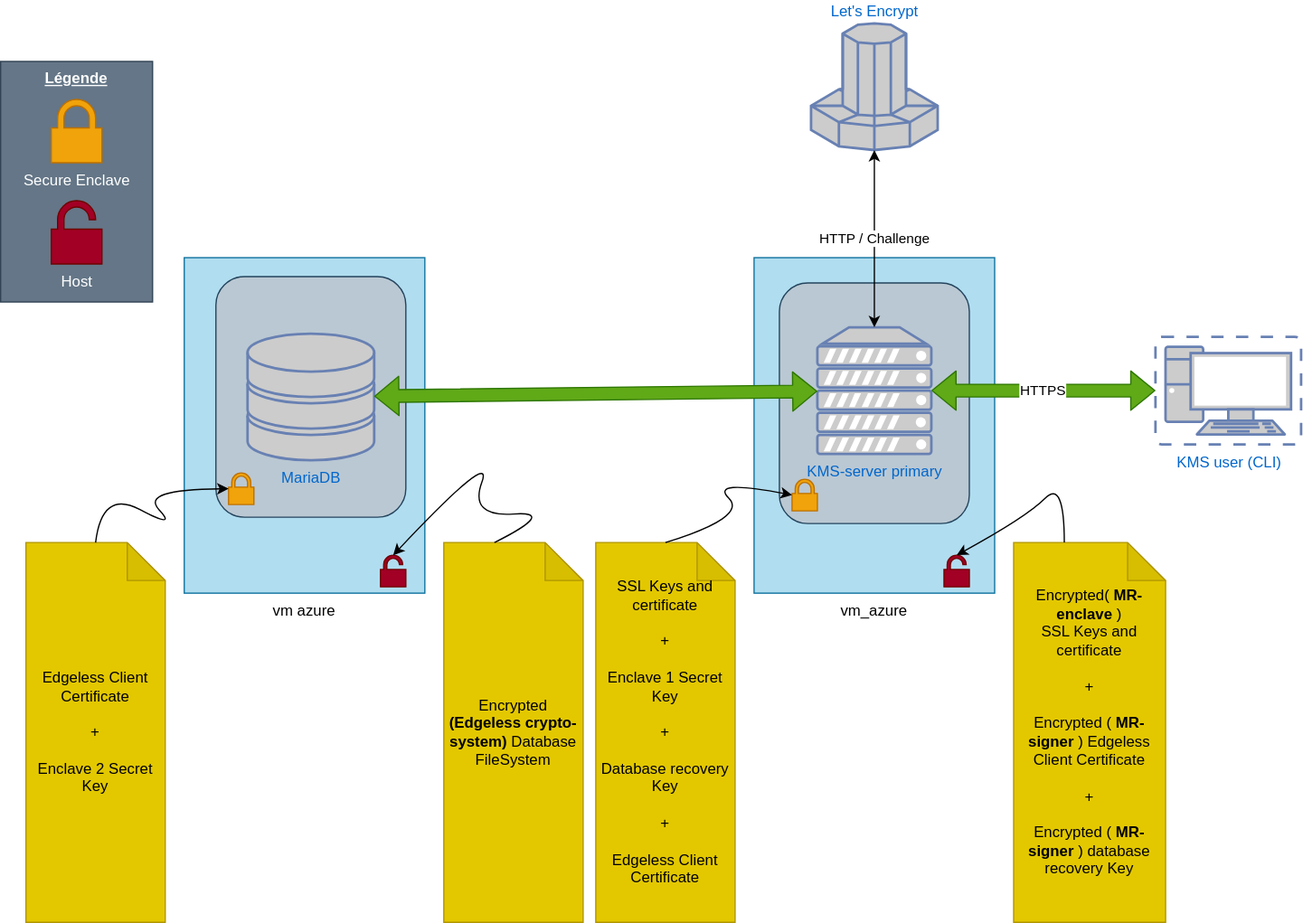
The draw.io diagram crate/server/resources/production.drawio.svg in Cosmian/kms, before a commit. Source tidied: cells renumbered, new cells last; positions are measured from the earlier drawing's top-left corner, leaving out a move shared by most shapes.
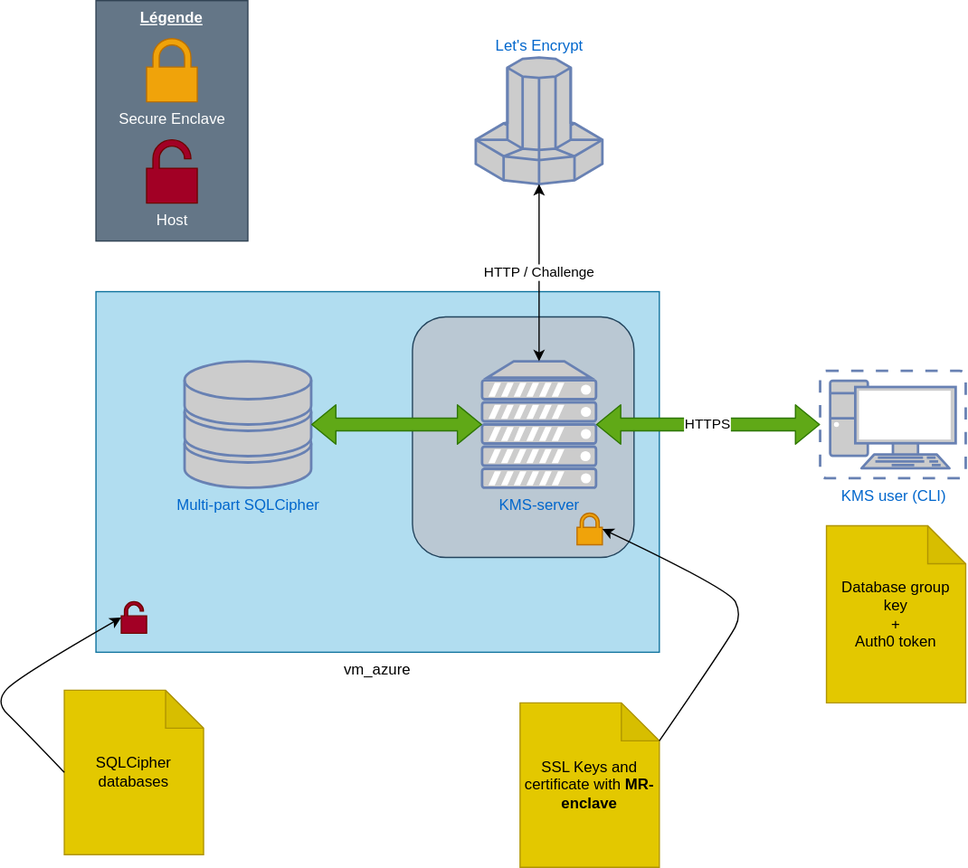
Above is the later version.

Commit message:
:memo: update kms server readme

What changed in the source:
```diff
@@ -3,34 +3,25 @@
     <mxCell id="0" />
     <mxCell id="1" parent="0" />
     <mxCell id="2" value="vm_azure" style="rounded=0;whiteSpace=wrap;html=1;verticalAlign=top;labelPosition=center;verticalLabelPosition=bottom;align=center;fillColor=#b1ddf0;strokeColor=#10739e;" parent="1" vertex="1">
-      <mxGeometry x="595" y="185" width="190" height="265" as="geometry" />
+      <mxGeometry x="340" y="185" width="445" height="285" as="geometry" />
     </mxCell>
     <mxCell id="3" style="rounded=1;whiteSpace=wrap;html=1;fillColor=#bac8d3;strokeColor=#23445d;" parent="1" vertex="1">
-      <mxGeometry x="615" y="205" width="150" height="190" as="geometry" />
+      <mxGeometry x="590" y="205" width="175" height="190" as="geometry" />
     </mxCell>
-    <mxCell id="4" value="vm azure" style="rounded=0;whiteSpace=wrap;html=1;verticalAlign=top;labelPosition=center;verticalLabelPosition=bottom;align=center;fillColor=#b1ddf0;strokeColor=#10739e;" parent="1" vertex="1">
-      <mxGeometry x="145" y="185" width="190" height="265" as="geometry" />
-    </mxCell>
-    <mxCell id="5" style="rounded=1;whiteSpace=wrap;html=1;fillColor=#bac8d3;strokeColor=#23445d;" parent="1" vertex="1">
-      <mxGeometry x="170" y="200" width="150" height="190" as="geometry" />
-    </mxCell>
     <mxCell id="6" value="&lt;b&gt;&lt;u&gt;Légende&lt;/u&gt;&lt;/b&gt;" style="rounded=0;whiteSpace=wrap;html=1;verticalAlign=top;fillColor=#647687;fontColor=#ffffff;strokeColor=#314354;" parent="1" vertex="1">
-      <mxGeometry y="30" width="120" height="190" as="geometry" />
+      <mxGeometry x="340" y="-45" width="120" height="190" as="geometry" />
     </mxCell>
-    <mxCell id="7" style="fontColor=#000000;verticalAlign=top;verticalLabelPosition=bottom;labelPosition=center;align=center;html=1;outlineConnect=0;fillColor=#f0a30a;strokeColor=#BD7000;gradientDirection=north;strokeWidth=2;shape=mxgraph.networks.secured;" parent="1" vertex="1">
-      <mxGeometry x="180" y="355" width="20" height="25" as="geometry" />
-    </mxCell>
-    <mxCell id="8" value="MariaDB" style="fontColor=#0066CC;verticalAlign=top;verticalLabelPosition=bottom;labelPosition=center;align=center;html=1;outlineConnect=0;fillColor=#CCCCCC;strokeColor=#6881B3;gradientColor=none;gradientDirection=north;strokeWidth=2;shape=mxgraph.networks.storage;" parent="1" vertex="1">
-      <mxGeometry x="195" y="245" width="100" height="100" as="geometry" />
+    <mxCell id="8" value="Multi-part SQLCipher" style="fontColor=#0066CC;verticalAlign=top;verticalLabelPosition=bottom;labelPosition=center;align=center;html=1;outlineConnect=0;fillColor=#CCCCCC;strokeColor=#6881B3;gradientColor=none;gradientDirection=north;strokeWidth=2;shape=mxgraph.networks.storage;" parent="1" vertex="1">
+      <mxGeometry x="410" y="240" width="100" height="100" as="geometry" />
     </mxCell>
     <mxCell id="9" value="KMS user (CLI)" style="fontColor=#0066CC;verticalAlign=top;verticalLabelPosition=bottom;labelPosition=center;align=center;html=1;outlineConnect=0;fillColor=#CCCCCC;strokeColor=#6881B3;gradientColor=none;gradientDirection=north;strokeWidth=2;shape=mxgraph.networks.virtual_pc;" parent="1" vertex="1">
       <mxGeometry x="912" y="247.5" width="115" height="85" as="geometry" />
     </mxCell>
-    <mxCell id="10" value="KMS-server primary" style="fontColor=#0066CC;verticalAlign=top;verticalLabelPosition=bottom;labelPosition=center;align=center;html=1;outlineConnect=0;fillColor=#CCCCCC;strokeColor=#6881B3;gradientColor=none;gradientDirection=north;strokeWidth=2;shape=mxgraph.networks.server;" parent="1" vertex="1">
+    <mxCell id="10" value="KMS-server&amp;nbsp;" style="fontColor=#0066CC;verticalAlign=top;verticalLabelPosition=bottom;labelPosition=center;align=center;html=1;outlineConnect=0;fillColor=#CCCCCC;strokeColor=#6881B3;gradientColor=none;gradientDirection=north;strokeWidth=2;shape=mxgraph.networks.server;" parent="1" vertex="1">
       <mxGeometry x="645" y="240" width="90" height="100" as="geometry" />
     </mxCell>
     <mxCell id="11" value="Secure Enclave" style="fontColor=#FFFFFF;verticalAlign=top;verticalLabelPosition=bottom;labelPosition=center;align=center;html=1;fillColor=#f0a30a;strokeColor=#BD7000;gradientDirection=north;strokeWidth=2;shape=mxgraph.networks.secured;" parent="1" vertex="1">
-      <mxGeometry x="40" y="60" width="40" height="50" as="geometry" />
+      <mxGeometry x="380" y="-15" width="40" height="50" as="geometry" />
     </mxCell>
     <mxCell id="12" value="HTTPS" style="shape=flexArrow;endArrow=classic;startArrow=classic;html=1;entryX=1;entryY=0.5;entryDx=0;entryDy=0;entryPerimeter=0;fillColor=#60a917;strokeColor=#2D7600;" parent="1" edge="1" source="9" target="10">
       <mxGeometry relative="1" as="geometry" />
@@ -39,7 +30,7 @@
       <mxGeometry relative="1" as="geometry" />
     </mxCell>
     <mxCell id="14" style="fontColor=#000000;verticalAlign=top;verticalLabelPosition=bottom;labelPosition=center;align=center;html=1;outlineConnect=0;fillColor=#f0a30a;strokeColor=#BD7000;gradientDirection=north;strokeWidth=2;shape=mxgraph.networks.secured;" parent="1" vertex="1">
-      <mxGeometry x="625" y="360" width="20" height="25" as="geometry" />
+      <mxGeometry x="720" y="360" width="20" height="25" as="geometry" />
     </mxCell>
     <mxCell id="15" value="Let's Encrypt" style="fontColor=#0066CC;verticalAlign=bottom;verticalLabelPosition=top;labelPosition=center;align=center;html=1;outlineConnect=0;fillColor=#CCCCCC;strokeColor=#6881B3;gradientColor=none;gradientDirection=north;strokeWidth=2;shape=mxgraph.networks.supercomputer;" parent="1" vertex="1">
       <mxGeometry x="640" width="100" height="100" as="geometry" />
@@ -48,59 +39,37 @@
       <mxGeometry relative="1" as="geometry" />
     </mxCell>
     <mxCell id="17" style="fontColor=#ffffff;verticalAlign=top;verticalLabelPosition=bottom;labelPosition=center;align=center;html=1;outlineConnect=0;fillColor=#a20025;strokeColor=#6F0000;gradientDirection=north;strokeWidth=2;shape=mxgraph.networks.unsecure;" parent="1" vertex="1">
-      <mxGeometry x="745" y="420" width="20" height="25" as="geometry" />
+      <mxGeometry x="360" y="430" width="20" height="25" as="geometry" />
     </mxCell>
-    <mxCell id="18" style="fontColor=#ffffff;verticalAlign=top;verticalLabelPosition=bottom;labelPosition=center;align=center;html=1;outlineConnect=0;fillColor=#a20025;strokeColor=#6F0000;gradientDirection=north;strokeWidth=2;shape=mxgraph.networks.unsecure;" parent="1" vertex="1">
-      <mxGeometry x="300" y="420" width="20" height="25" as="geometry" />
-    </mxCell>
     <mxCell id="19" value="Host" style="fontColor=#ffffff;verticalAlign=top;verticalLabelPosition=bottom;labelPosition=center;align=center;html=1;fillColor=#a20025;strokeColor=#6F0000;gradientDirection=north;strokeWidth=2;shape=mxgraph.networks.unsecure;" parent="1" vertex="1">
-      <mxGeometry x="40" y="140" width="40" height="50" as="geometry" />
+      <mxGeometry x="380" y="65" width="40" height="50" as="geometry" />
     </mxCell>
-    <mxCell id="20" value="Edgeless Client Certificate&lt;br&gt;&lt;br&gt;+&lt;br&gt;&amp;nbsp;&lt;br&gt;Enclave 2 Secret Key" style="shape=note;whiteSpace=wrap;html=1;backgroundOutline=1;darkOpacity=0.05;fillColor=#e3c800;strokeColor=#B09500;fontColor=#000000;" parent="1" vertex="1">
-      <mxGeometry x="20" y="410" width="110" height="300" as="geometry" />
-    </mxCell>
-    <mxCell id="21" value="SSL Keys and certificate&lt;br&gt;&lt;br&gt;+&lt;br&gt;&amp;nbsp;&lt;br&gt;Enclave 1 Secret Key&lt;br&gt;&lt;br&gt;+&lt;br&gt;&lt;br&gt;Database recovery Key&lt;br&gt;&lt;br&gt;+&lt;br&gt;&lt;br&gt;Edgeless Client Certificate" style="shape=note;whiteSpace=wrap;html=1;backgroundOutline=1;darkOpacity=0.05;fontColor=#000000;fillColor=#e3c800;strokeColor=#B09500;" parent="1" vertex="1">
-      <mxGeometry x="470" y="410" width="110" height="300" as="geometry" />
+    <mxCell id="21" value="SSL Keys and certificate with &lt;b&gt;MR-enclave&lt;/b&gt;" style="shape=note;whiteSpace=wrap;html=1;backgroundOutline=1;darkOpacity=0.05;fontColor=#000000;fillColor=#e3c800;strokeColor=#B09500;" parent="1" vertex="1">
+      <mxGeometry x="675" y="510" width="110" height="130" as="geometry" />
     </mxCell>
-    <mxCell id="22" value="Encrypted &lt;b&gt;(Edgeless crypto-system) &lt;/b&gt;Database FileSystem" style="shape=note;whiteSpace=wrap;html=1;backgroundOutline=1;darkOpacity=0.05;fontColor=#000000;fillColor=#e3c800;strokeColor=#B09500;" parent="1" vertex="1">
-      <mxGeometry x="350" y="410" width="110" height="300" as="geometry" />
+    <mxCell id="22" value="SQLCipher databases" style="shape=note;whiteSpace=wrap;html=1;backgroundOutline=1;darkOpacity=0.05;fontColor=#000000;fillColor=#e3c800;strokeColor=#B09500;" parent="1" vertex="1">
+      <mxGeometry x="315" y="500" width="110" height="130" as="geometry" />
     </mxCell>
-    <mxCell id="23" value="Encrypted(&lt;b&gt;MR-enclave&lt;/b&gt;)&amp;nbsp;&amp;nbsp;&lt;br&gt;SSL Keys and certificate&lt;br&gt;&lt;br&gt;+&lt;br&gt;&lt;br&gt;Encrypted (&lt;b&gt;MR-signer&lt;/b&gt;) Edgeless Client Certificate&lt;br&gt;&lt;br&gt;+&lt;br&gt;&lt;br&gt;Encrypted (&lt;b&gt;MR-signer&lt;/b&gt;) database recovery Key" style="shape=note;whiteSpace=wrap;html=1;backgroundOutline=1;darkOpacity=0.05;fontColor=#000000;fillColor=#e3c800;strokeColor=#B09500;" parent="1" vertex="1">
-      <mxGeometry x="800" y="410" width="120" height="300" as="geometry" />
-    </mxCell>
-    <mxCell id="24" style="curved=1;endArrow=classic;html=1;fontColor=#FFFFFF;exitX=0;exitY=0;exitDx=40;exitDy=0;exitPerimeter=0;entryX=0.5;entryY=0;entryDx=0;entryDy=0;entryPerimeter=0;" parent="1" edge="1" source="23" target="17">
-      <mxGeometry relative="1" as="geometry">
-        <Array as="points">
-          <mxPoint x="840" y="360" />
-          <mxPoint x="810" y="390" />
-        </Array>
-      </mxGeometry>
-    </mxCell>
-    <mxCell id="25" style="curved=1;endArrow=classic;html=1;fontColor=#FFFFFF;exitX=0.5;exitY=0;exitDx=0;exitDy=0;exitPerimeter=0;entryX=0;entryY=0.5;entryDx=0;entryDy=0;entryPerimeter=0;" parent="1" edge="1" source="21" target="14">
+    <mxCell id="25" style="curved=1;endArrow=classic;html=1;fontColor=#FFFFFF;exitX=0;exitY=0;exitDx=110;exitDy=30;exitPerimeter=0;entryX=1;entryY=0.5;entryDx=0;entryDy=0;entryPerimeter=0;" parent="1" edge="1" source="21" target="14">
       <mxGeometry relative="1" as="geometry">
         <Array as="points">
-          <mxPoint x="590" y="390" />
-          <mxPoint x="560" y="360" />
+          <mxPoint x="840" y="460" />
+          <mxPoint x="850" y="440" />
+          <mxPoint x="840" y="420" />
         </Array>
       </mxGeometry>
     </mxCell>
-    <mxCell id="26" style="curved=1;endArrow=classic;html=1;fontColor=#FFFFFF;exitX=0;exitY=0;exitDx=40;exitDy=0;exitPerimeter=0;entryX=0.5;entryY=0;entryDx=0;entryDy=0;entryPerimeter=0;" parent="1" edge="1" source="22" target="18">
-      <mxGeometry relative="1" as="geometry">
-        <Array as="points">
-          <mxPoint x="440" y="385" />
-          <mxPoint x="370" y="390" />
-          <mxPoint x="390" y="335" />
-        </Array>
-      </mxGeometry>
-    </mxCell>
-    <mxCell id="27" style="curved=1;endArrow=classic;html=1;fontColor=#FFFFFF;exitX=0.5;exitY=0;exitDx=0;exitDy=0;exitPerimeter=0;entryX=0;entryY=0.5;entryDx=0;entryDy=0;entryPerimeter=0;" parent="1" edge="1" source="20" target="7">
-      <mxGeometry relative="1" as="geometry">
-        <Array as="points">
-          <mxPoint x="80" y="368" />
-          <mxPoint x="140" y="400" />
-          <mxPoint x="110" y="368" />
-        </Array>
-      </mxGeometry>
-    </mxCell>
+    <mxCell id="28" value="&amp;nbsp;Database group&amp;nbsp;&lt;br&gt;key&lt;br&gt;+&lt;br&gt;Auth0 token" style="shape=note;whiteSpace=wrap;html=1;backgroundOutline=1;darkOpacity=0.05;fontColor=#000000;fillColor=#e3c800;strokeColor=#B09500;" parent="1" vertex="1">
+      <mxGeometry x="917" y="370" width="110" height="140" as="geometry" />
+    </mxCell>
+    <mxCell id="29" style="curved=1;endArrow=classic;html=1;fontColor=#FFFFFF;exitX=0;exitY=0.5;exitDx=0;exitDy=0;exitPerimeter=0;entryX=0;entryY=0.5;entryDx=0;entryDy=0;entryPerimeter=0;" parent="1" edge="1" source="22" target="17">
+      <mxGeometry relative="1" as="geometry">
+        <Array as="points">
+          <mxPoint x="280" y="528.5" />
+          <mxPoint x="260" y="509" />
+          <mxPoint x="280" y="488.5" />
+        </Array>
+      </mxGeometry>
+    </mxCell>
   </root>
 </mxGraphModel>
```
